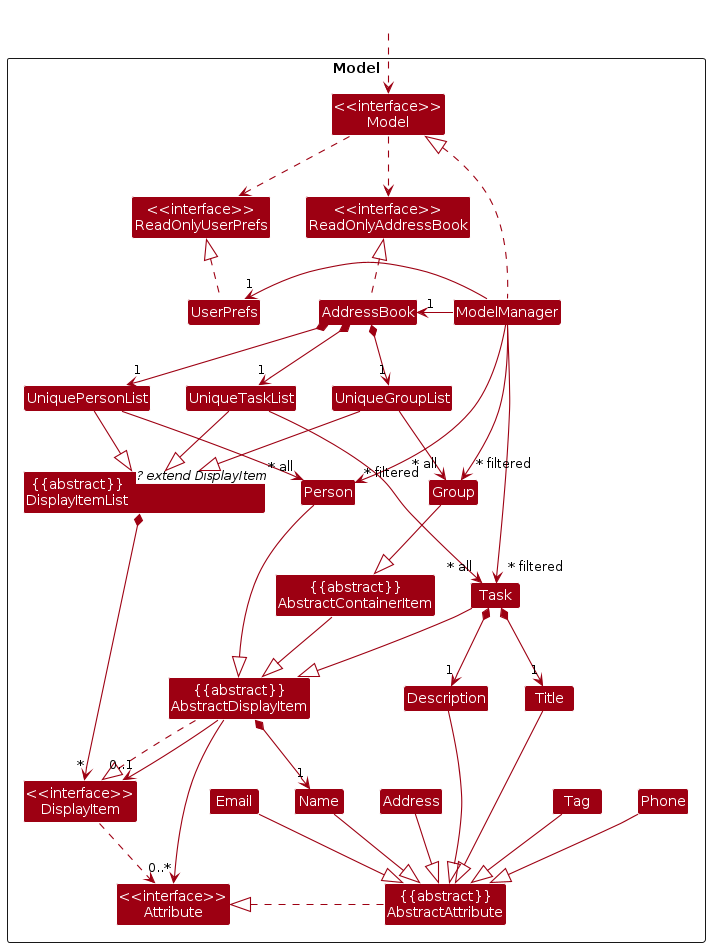
Earlier version of the PlantUML export docs/images/ModelClassDiagram.png (nus-cs2103-AY2223S1/tp).
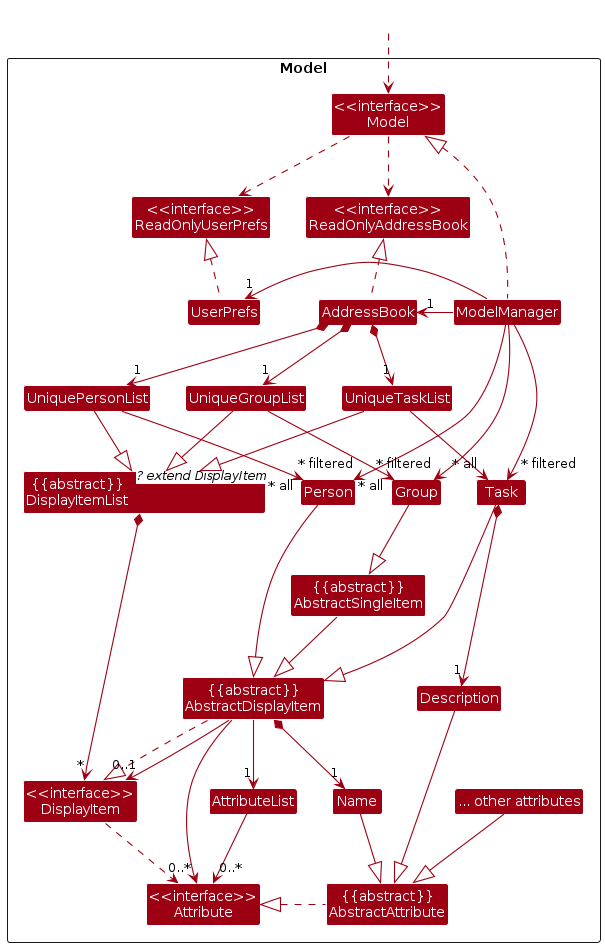
Above is the later version.

Commit message:
Updates logic and model uml diagram

Diff of the diagram source:
```diff
@@ -11,7 +11,7 @@
     Class "<<interface>>\nAttribute" as Attribute
     Class "<<interface>>\nModel" as Model
     Class "{{abstract}}\nDisplayItemList" as DisplayItemList<? extend DisplayItem>
-    Class "{{abstract}}\nAbstractContainerItem" as AbstractContainerItem
+    Class "{{abstract}}\nAbstractSingleItem" as AbstractSingleItem
     Class "{{abstract}}\nAbstractDisplayItem" as AbstractDisplayItem
     Class "{{abstract}}\nAbstractAttribute" as AbstractAttribute
 
@@ -23,21 +23,21 @@
     Class UniquePersonList
     Class UniqueTaskList
     Class UniqueGroupList
+    Class AttributeList
 
     Class Person
     Class Task
     Class Group
-    Class Address
-    Class Email
     Class Name
-    Class Phone
-    Class Tag
-    Class Title
+    Class "... other attributes" as attr
     Class Description
 }
 
 Class HiddenOutside #FFFFFF
 HiddenOutside ..> Model
+
+AttributeList --> "0..*" Attribute
+AbstractDisplayItem --> "1" AttributeList
 
 AddressBook .up.|> ReadOnlyAddressBook
 
@@ -45,25 +45,20 @@
 
 Task --|> AbstractDisplayItem
 Person --|> AbstractDisplayItem
-Group --|> AbstractContainerItem
+Group --|> AbstractSingleItem
 
 AbstractDisplayItem ..|> DisplayItem
 AbstractDisplayItem --> "0..*" Attribute
 AbstractDisplayItem --> "0..1" DisplayItem
-AbstractContainerItem --|> AbstractDisplayItem
+AbstractSingleItem --|> AbstractDisplayItem
 
 AbstractAttribute .left.|> Attribute
 
 Name --|> AbstractAttribute
-Address --|> AbstractAttribute
-Email --|> AbstractAttribute
-Phone --|> AbstractAttribute
-Tag --|> AbstractAttribute
-Title --|> AbstractAttribute
+attr --|> AbstractAttribute
 Description --|> AbstractAttribute
 
 AbstractDisplayItem *--> "1" Name
-Task *--> "1" Title
 Task *--> "1" Description
 
 DisplayItemList *--> "*" DisplayItem
```
